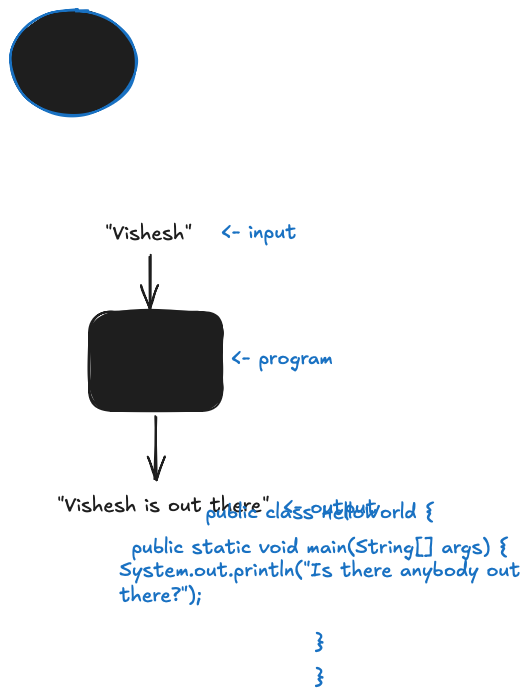
Above: lectures/elements/function.excalidraw.png in vishesh-khemani/2025-spring-cs143 (Excalidraw), before the change. Source tidied: one line per element, renumbered; positions are measured from the earlier drawing's top-left corner, leaving out a move shared by most shapes.
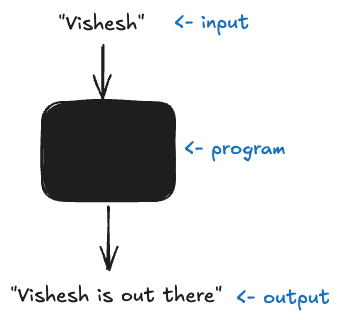
Later version of the same file.

Change to the diagram source:
```diff
@@ -6,4 +6,3 @@
 {"id": 5, "type": "text", "text": "<- input", "strokeColor": "#1971c2", "backgroundColor": "#1e1e1e", "fillStyle": "solid", "strokeWidth": 2, "roughness": 1, "fontSize": 20, "fontFamily": 5, "x": 211, "y": 210, "width": 75, "height": 25}
 {"id": 6, "type": "text", "text": "<- program", "strokeColor": "#1971c2", "backgroundColor": "#1e1e1e", "fillStyle": "solid", "strokeWidth": 2, "roughness": 1, "fontSize": 20, "fontFamily": 5, "x": 221, "y": 336, "width": 102, "height": 25}
 {"id": 7, "type": "text", "text": "<- output", "strokeColor": "#1971c2", "backgroundColor": "#1e1e1e", "fillStyle": "solid", "strokeWidth": 2, "roughness": 1, "fontSize": 20, "fontFamily": 5, "x": 273, "y": 485, "width": 94, "height": 25}
-{"id": 8, "type": "ellipse", "strokeColor": "#1971c2", "backgroundColor": "#1e1e1e", "fillStyle": "solid", "strokeWidth": 2, "roughness": 1, "round": true, "x": 0, "y": 0, "width": 126, "height": 105}
```
